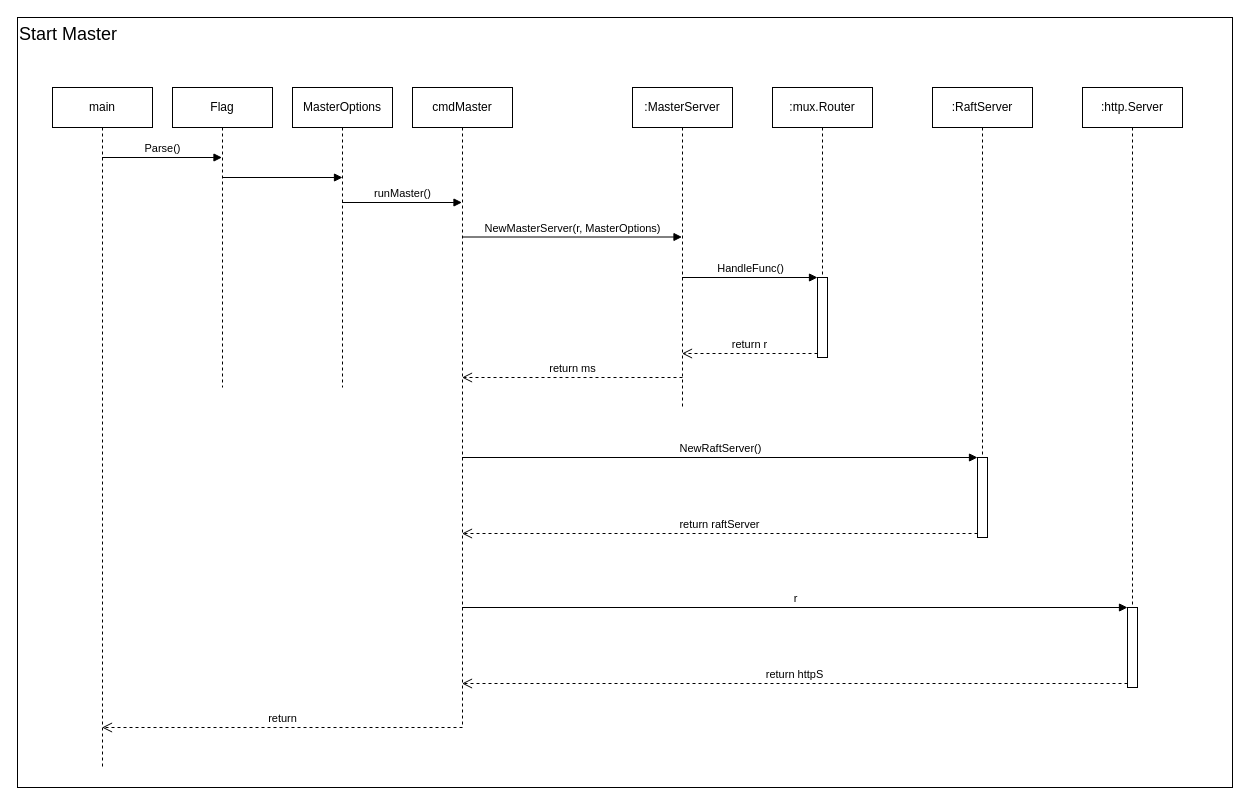
Before: page "Start Master" (1 of 2) of Sequece_Diragram/Sequece_Diagram.drawio in NeXT726/drawIO--seaweed, a draw.io diagram. Source tidied: cells renumbered, new cells numbered last; positions are measured from the earlier drawing's top-left corner, leaving out a move shared by most shapes. Both pictures are drawn from the tidied source at 100%, with x=0, y=0 at pixel (17, 17).
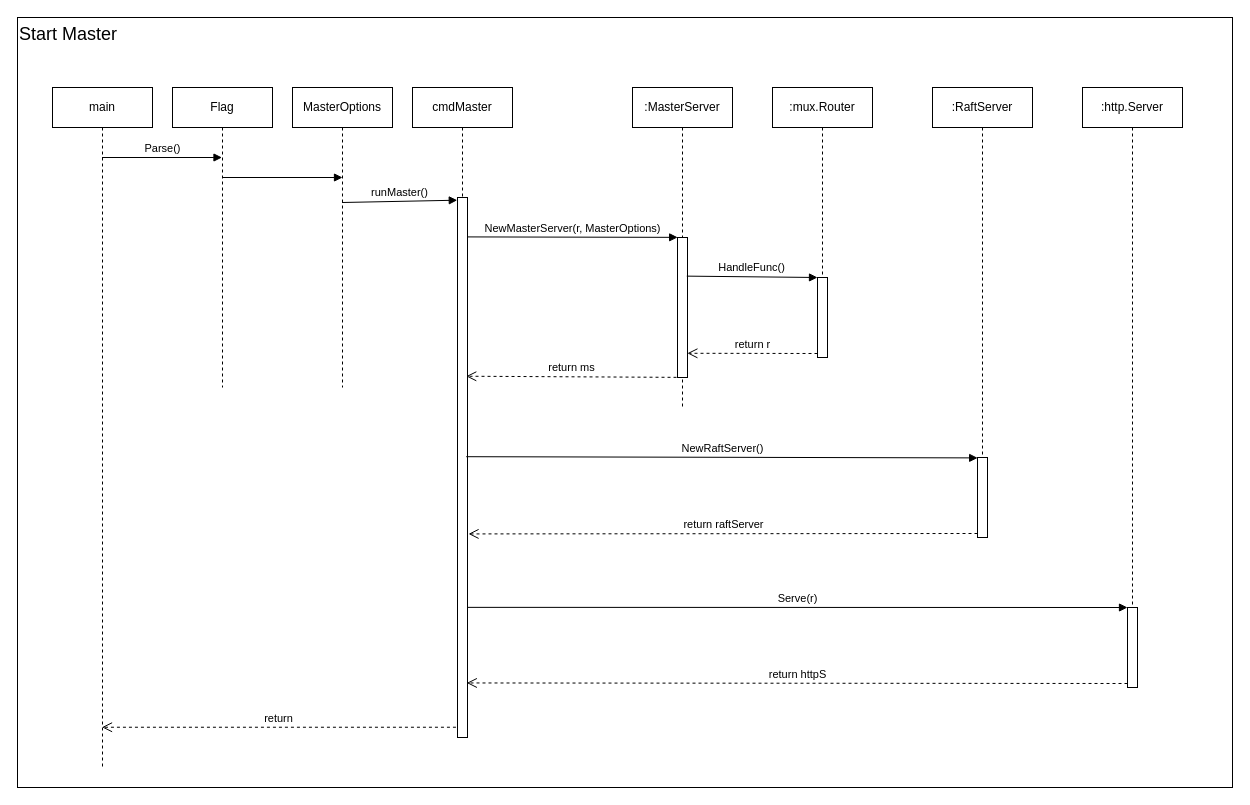
The same diagram, later.

Unchanged cells that the change refers to:
```xml
<mxCell id="3" value="main" style="shape=umlLifeline;perimeter=lifelinePerimeter;whiteSpace=wrap;html=1;outlineConnect=0;" parent="1" vertex="1">
  <mxGeometry x="35" y="70" width="100" height="680" as="geometry" />
</mxCell>
<mxCell id="12" style="html=1;points=[];perimeter=orthogonalPerimeter;" parent="11" vertex="1">
  <mxGeometry x="45" y="190" width="10" height="80" as="geometry" />
</mxCell>
<mxCell id="14" style="html=1;points=[];perimeter=orthogonalPerimeter;" parent="13" vertex="1">
  <mxGeometry x="45" y="370" width="10" height="80" as="geometry" />
</mxCell>
<mxCell id="18" style="html=1;points=[];perimeter=orthogonalPerimeter;" parent="17" vertex="1">
  <mxGeometry x="45" y="520" width="10" height="80" as="geometry" />
</mxCell>
<mxCell id="21" value=":MasterServer" style="shape=umlLifeline;perimeter=lifelinePerimeter;whiteSpace=wrap;html=1;outlineConnect=0;" parent="1" vertex="1">
  <mxGeometry x="615" y="70" width="100" height="320" as="geometry" />
</mxCell>
```

What changed in the source:
```diff
@@
-    <mxCell id="8" value="runMaster()" style="html=1;verticalAlign=bottom;endArrow=block;rounded=0;" parent="1" edge="1" target="9">
+    <mxCell id="8" value="runMaster()" style="html=1;verticalAlign=bottom;endArrow=block;rounded=0;entryX=-0.022;entryY=0.005;entryDx=0;entryDy=0;entryPerimeter=0;" parent="1" edge="1" target="26">
       <mxGeometry relative="1" as="geometry">
         <mxPoint x="324.5" y="185" as="sourcePoint" />
       </mxGeometry>
     </mxCell>
     <mxCell id="9" value="cmdMaster" style="shape=umlLifeline;perimeter=lifelinePerimeter;whiteSpace=wrap;html=1;outlineConnect=0;" parent="1" vertex="1">
-      <mxGeometry x="395" y="70" width="100" height="640" as="geometry" />
+      <mxGeometry x="395" y="70" width="100" height="650" as="geometry" />
     </mxCell>
-    <mxCell id="10" value="NewMasterServer(r, MasterOptions)" style="html=1;verticalAlign=bottom;endArrow=block;rounded=0;" parent="9" edge="1" target="21">
-      <mxGeometry relative="1" as="geometry">
-        <mxPoint x="50" y="149.5" as="sourcePoint" />
-      </mxGeometry>
-    </mxCell>
+    <mxCell id="26" style="html=1;points=[];perimeter=orthogonalPerimeter;" parent="9" vertex="1">
+      <mxGeometry x="45" y="110" width="10" height="540" as="geometry" />
+    </mxCell>
@@
-    <mxCell id="15" value="NewRaftServer()" style="html=1;verticalAlign=bottom;endArrow=block;entryX=0;entryY=0;rounded=0;" parent="1" edge="1" source="9" target="14">
+    <mxCell id="15" value="NewRaftServer()" style="html=1;verticalAlign=bottom;endArrow=block;rounded=0;exitX=0.873;exitY=0.48;exitDx=0;exitDy=0;exitPerimeter=0;entryX=0.016;entryY=0.005;entryDx=0;entryDy=0;entryPerimeter=0;" parent="1" edge="1" source="26" target="14">
       <mxGeometry relative="1" as="geometry" />
     </mxCell>
-    <mxCell id="16" value="return raftServer" style="html=1;verticalAlign=bottom;endArrow=open;dashed=1;endSize=8;exitX=0;exitY=0.95;rounded=0;" parent="1" edge="1" source="14" target="9">
+    <mxCell id="16" value="return raftServer" style="html=1;verticalAlign=bottom;endArrow=open;dashed=1;endSize=8;exitX=0;exitY=0.95;rounded=0;entryX=1.102;entryY=0.623;entryDx=0;entryDy=0;entryPerimeter=0;" parent="1" edge="1" source="14" target="26">
       <mxGeometry relative="1" as="geometry" />
     </mxCell>
@@
-    <mxCell id="19" value="r" style="html=1;verticalAlign=bottom;endArrow=block;entryX=0;entryY=0;rounded=0;startArrow=none;" parent="1" edge="1" source="9" target="18">
+    <mxCell id="19" value="Serve(r)" style="html=1;verticalAlign=bottom;endArrow=block;entryX=0;entryY=0;rounded=0;startArrow=none;exitX=1.044;exitY=0.759;exitDx=0;exitDy=0;exitPerimeter=0;" parent="1" edge="1" source="26" target="18">
       <mxGeometry relative="1" as="geometry" />
     </mxCell>
-    <mxCell id="20" value="return httpS" style="html=1;verticalAlign=bottom;endArrow=open;dashed=1;endSize=8;exitX=0;exitY=0.95;rounded=0;" parent="1" edge="1" source="18" target="9">
+    <mxCell id="20" value="return httpS" style="html=1;verticalAlign=bottom;endArrow=open;dashed=1;endSize=8;exitX=0;exitY=0.95;rounded=0;entryX=0.93;entryY=0.899;entryDx=0;entryDy=0;entryPerimeter=0;" parent="1" edge="1" source="18" target="26">
       <mxGeometry relative="1" as="geometry" />
     </mxCell>
@@
+    <mxCell id="27" style="html=1;points=[];perimeter=orthogonalPerimeter;" parent="21" vertex="1">
+      <mxGeometry x="45" y="150" width="10" height="140" as="geometry" />
+    </mxCell>
-    <mxCell id="22" value="HandleFunc()" style="html=1;verticalAlign=bottom;endArrow=block;entryX=0;entryY=0;rounded=0;" parent="1" edge="1" source="21" target="12">
+    <mxCell id="22" value="HandleFunc()" style="html=1;verticalAlign=bottom;endArrow=block;entryX=0;entryY=0;rounded=0;exitX=0.93;exitY=0.276;exitDx=0;exitDy=0;exitPerimeter=0;" parent="1" edge="1" source="27" target="12">
       <mxGeometry relative="1" as="geometry" />
     </mxCell>
-    <mxCell id="23" value="return r" style="html=1;verticalAlign=bottom;endArrow=open;dashed=1;endSize=8;exitX=0;exitY=0.95;rounded=0;" parent="1" edge="1" source="12" target="21">
+    <mxCell id="23" value="return r" style="html=1;verticalAlign=bottom;endArrow=open;dashed=1;endSize=8;exitX=0;exitY=0.95;rounded=0;entryX=0.987;entryY=0.827;entryDx=0;entryDy=0;entryPerimeter=0;" parent="1" edge="1" source="12" target="27">
       <mxGeometry relative="1" as="geometry" />
     </mxCell>
-    <mxCell id="24" value="return ms" style="html=1;verticalAlign=bottom;endArrow=open;dashed=1;endSize=8;rounded=0;" parent="1" edge="1" target="9">
-      <mxGeometry relative="1" as="geometry">
-        <mxPoint x="665" y="360" as="sourcePoint" />
-      </mxGeometry>
+    <mxCell id="24" value="return ms" style="html=1;verticalAlign=bottom;endArrow=open;dashed=1;endSize=8;rounded=0;exitX=-0.098;exitY=0.999;exitDx=0;exitDy=0;exitPerimeter=0;entryX=0.873;entryY=0.331;entryDx=0;entryDy=0;entryPerimeter=0;" parent="1" edge="1" source="27" target="26">
+      <mxGeometry relative="1" as="geometry" />
     </mxCell>
-    <mxCell id="25" value="return" style="html=1;verticalAlign=bottom;endArrow=open;dashed=1;endSize=8;rounded=0;" parent="1" edge="1" target="3">
-      <mxGeometry relative="1" as="geometry">
-        <mxPoint x="445" y="710" as="sourcePoint" />
-      </mxGeometry>
+    <mxCell id="25" value="return" style="html=1;verticalAlign=bottom;endArrow=open;dashed=1;endSize=8;rounded=0;exitX=-0.156;exitY=0.981;exitDx=0;exitDy=0;exitPerimeter=0;" parent="1" edge="1" source="26" target="3">
+      <mxGeometry relative="1" as="geometry" />
     </mxCell>
+    <mxCell id="10" value="NewMasterServer(r, MasterOptions)" style="html=1;verticalAlign=bottom;endArrow=block;rounded=0;entryX=0.016;entryY=-0.001;entryDx=0;entryDy=0;entryPerimeter=0;exitX=1.044;exitY=0.073;exitDx=0;exitDy=0;exitPerimeter=0;" parent="1" edge="1" source="26" target="27">
+      <mxGeometry relative="1" as="geometry" />
+    </mxCell>
```
